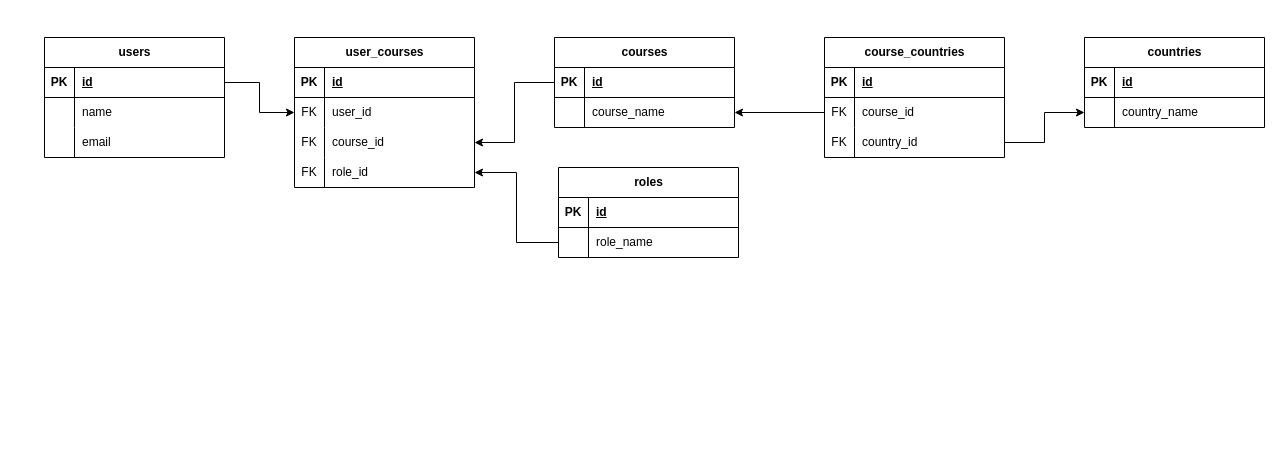
The draw.io diagram Design/ER図.drawio in githubfreezing/yzk_picture_uploader, before the edit. Source tidied: cells renumbered, new cells numbered last; positions are measured from the earlier drawing's top-left corner, leaving out a move shared by most shapes. Both pictures are drawn from the tidied source at 100%, with x=0, y=0 at pixel (44, 37).
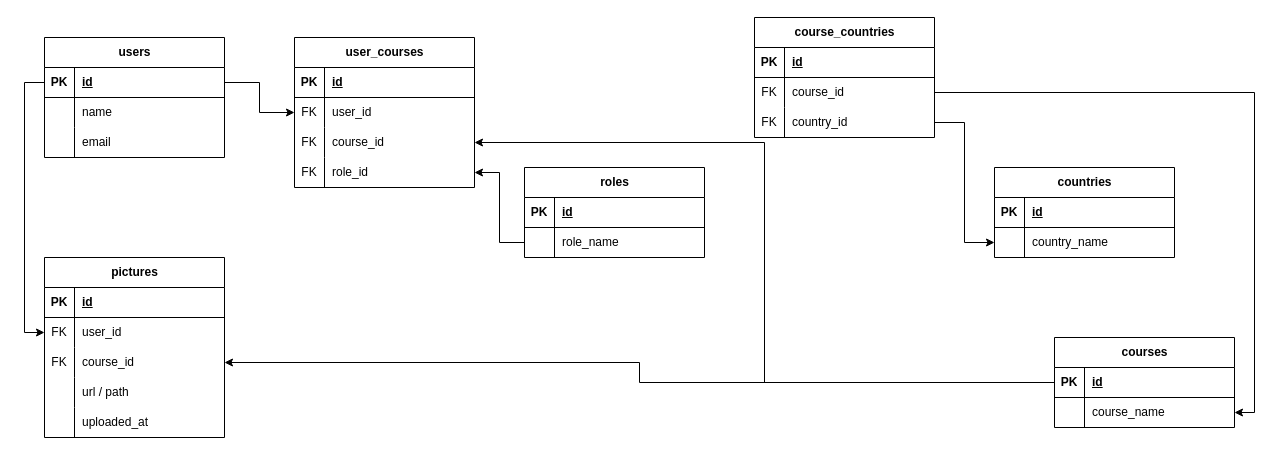
The same diagram, later.

The change refers to these unchanged cells:
```xml
<mxCell id="3" style="shape=tableRow;horizontal=0;startSize=0;swimlaneHead=0;swimlaneBody=0;fillColor=none;points=[[0,0.5],[1,0.5]];portConstraint=eastwest;top=0;left=0;right=0;bottom=1;" parent="2" vertex="1">
  <mxGeometry y="30" width="180" height="30" as="geometry" />
</mxCell>
<mxCell id="20" style="shape=tableRow;horizontal=0;startSize=0;swimlaneHead=0;swimlaneBody=0;fillColor=none;points=[[0,0.5],[1,0.5]];portConstraint=eastwest;top=0;left=0;right=0;bottom=1;" parent="19" vertex="1">
  <mxGeometry y="30" width="180" height="30" as="geometry" />
</mxCell>
```

What changed in the source:
```diff
@@
     <mxCell id="12" value="countries" style="shape=table;startSize=30;childLayout=tableLayout;rowLines=0;fontStyle=1;align=center;html=1;" parent="1" vertex="1">
-      <mxGeometry x="1040" width="180" height="90" as="geometry" />
+      <mxGeometry x="950" y="130" width="180" height="90" as="geometry" />
     </mxCell>
@@
     <mxCell id="19" value="courses" style="shape=table;startSize=30;childLayout=tableLayout;rowLines=0;fontStyle=1;align=center;html=1;shadow=0;" parent="1" vertex="1">
-      <mxGeometry x="510" width="180" height="90" as="geometry" />
+      <mxGeometry x="1010" y="300" width="180" height="90" as="geometry" />
     </mxCell>
@@
     <mxCell id="26" value="roles" style="shape=table;startSize=30;childLayout=tableLayout;rowLines=0;fontStyle=1;align=center;html=1;" parent="1" vertex="1">
-      <mxGeometry x="514" y="130" width="180" height="90" as="geometry" />
+      <mxGeometry x="480" y="130" width="180" height="90" as="geometry" />
     </mxCell>
@@
     <mxCell id="46" value="course_countries" style="shape=table;startSize=30;childLayout=tableLayout;rowLines=0;fontStyle=1;align=center;html=1;" parent="1" vertex="1">
-      <mxGeometry x="780" width="180" height="120" as="geometry" />
+      <mxGeometry x="710" y="-20" width="180" height="120" as="geometry" />
     </mxCell>
@@
+    <mxCell id="61" value="pictures" style="shape=table;startSize=30;childLayout=tableLayout;rowLines=0;fontStyle=1;align=center;html=1;" parent="1" vertex="1">
+      <mxGeometry y="220" width="180" height="180" as="geometry" />
+    </mxCell>
+    <mxCell id="62" style="shape=tableRow;horizontal=0;startSize=0;swimlaneHead=0;swimlaneBody=0;fillColor=none;top=0;left=0;right=0;bottom=1;" parent="61" vertex="1">
+      <mxGeometry y="30" width="180" height="30" as="geometry" />
+    </mxCell>
+    <mxCell id="63" value="PK" style="shape=partialRectangle;fillColor=none;top=0;left=0;bottom=0;right=0;fontStyle=1;overflow=hidden;whiteSpace=wrap;html=1;" parent="62" vertex="1">
+      <mxGeometry width="30" height="30" as="geometry" />
+    </mxCell>
+    <mxCell id="64" value="id" style="shape=partialRectangle;fillColor=none;top=0;left=0;bottom=0;right=0;align=left;spacingLeft=6;fontStyle=5;overflow=hidden;whiteSpace=wrap;html=1;" parent="62" vertex="1">
+      <mxGeometry x="30" width="150" height="30" as="geometry" />
+    </mxCell>
+    <mxCell id="65" style="shape=tableRow;horizontal=0;startSize=0;swimlaneHead=0;swimlaneBody=0;fillColor=none;points=[[0,0.5],[1,0.5]];portConstraint=eastwest;top=0;left=0;right=0;bottom=0;" parent="61" vertex="1">
+      <mxGeometry y="60" width="180" height="30" as="geometry" />
+    </mxCell>
+    <mxCell id="66" value="FK" style="shape=partialRectangle;fillColor=none;top=0;left=0;bottom=0;right=0;overflow=hidden;whiteSpace=wrap;html=1;" parent="65" vertex="1">
+      <mxGeometry width="30" height="30" as="geometry" />
+    </mxCell>
+    <mxCell id="67" value="user_id" style="shape=partialRectangle;fillColor=none;top=0;left=0;bottom=0;right=0;align=left;spacingLeft=6;overflow=hidden;whiteSpace=wrap;html=1;" parent="65" vertex="1">
+      <mxGeometry x="30" width="150" height="30" as="geometry" />
+    </mxCell>
+    <mxCell id="68" style="shape=tableRow;horizontal=0;startSize=0;swimlaneHead=0;swimlaneBody=0;fillColor=none;points=[[0,0.5],[1,0.5]];portConstraint=eastwest;top=0;left=0;right=0;bottom=0;" parent="61" vertex="1">
+      <mxGeometry y="90" width="180" height="30" as="geometry" />
+    </mxCell>
+    <mxCell id="69" value="FK" style="shape=partialRectangle;fillColor=none;top=0;left=0;bottom=0;right=0;overflow=hidden;whiteSpace=wrap;html=1;" parent="68" vertex="1">
+      <mxGeometry width="30" height="30" as="geometry" />
+    </mxCell>
+    <mxCell id="70" value="course_id" style="shape=partialRectangle;fillColor=none;top=0;left=0;bottom=0;right=0;align=left;spacingLeft=6;overflow=hidden;whiteSpace=wrap;html=1;" parent="68" vertex="1">
+      <mxGeometry x="30" width="150" height="30" as="geometry" />
+    </mxCell>
+    <mxCell id="71" style="shape=tableRow;horizontal=0;startSize=0;swimlaneHead=0;swimlaneBody=0;fillColor=none;top=0;left=0;right=0;bottom=0;" parent="61" vertex="1">
+      <mxGeometry y="120" width="180" height="30" as="geometry" />
+    </mxCell>
+    <mxCell id="72" style="shape=partialRectangle;fillColor=none;top=0;left=0;bottom=0;right=0;overflow=hidden;whiteSpace=wrap;html=1;" parent="71" vertex="1">
+      <mxGeometry width="30" height="30" as="geometry" />
+    </mxCell>
+    <mxCell id="73" value="url / path" style="shape=partialRectangle;fillColor=none;top=0;left=0;bottom=0;right=0;align=left;spacingLeft=6;overflow=hidden;whiteSpace=wrap;html=1;" parent="71" vertex="1">
+      <mxGeometry x="30" width="150" height="30" as="geometry" />
+    </mxCell>
+    <mxCell id="74" style="shape=tableRow;horizontal=0;startSize=0;swimlaneHead=0;swimlaneBody=0;fillColor=none;top=0;left=0;right=0;bottom=0;" parent="61" vertex="1">
+      <mxGeometry y="150" width="180" height="30" as="geometry" />
+    </mxCell>
+    <mxCell id="75" style="shape=partialRectangle;fillColor=none;top=0;left=0;bottom=0;right=0;overflow=hidden;whiteSpace=wrap;html=1;" parent="74" vertex="1">
+      <mxGeometry width="30" height="30" as="geometry" />
+    </mxCell>
+    <mxCell id="76" value="uploaded_at" style="shape=partialRectangle;fillColor=none;top=0;left=0;bottom=0;right=0;align=left;spacingLeft=6;overflow=hidden;whiteSpace=wrap;html=1;" parent="74" vertex="1">
+      <mxGeometry x="30" width="150" height="30" as="geometry" />
+    </mxCell>
+    <mxCell id="77" style="edgeStyle=orthogonalEdgeStyle;rounded=0;jettySize=auto;html=1;exitX=0;exitY=0.5;exitDx=0;exitDy=0;entryX=0;entryY=0.5;entryDx=0;entryDy=0;" parent="1" edge="1" source="3" target="65">
+      <mxGeometry relative="1" as="geometry" />
+    </mxCell>
+    <mxCell id="78" style="edgeStyle=orthogonalEdgeStyle;rounded=0;jettySize=auto;html=1;entryX=1;entryY=0.5;entryDx=0;entryDy=0;" parent="1" edge="1" source="20" target="68">
+      <mxGeometry relative="1" as="geometry" />
+    </mxCell>
```
